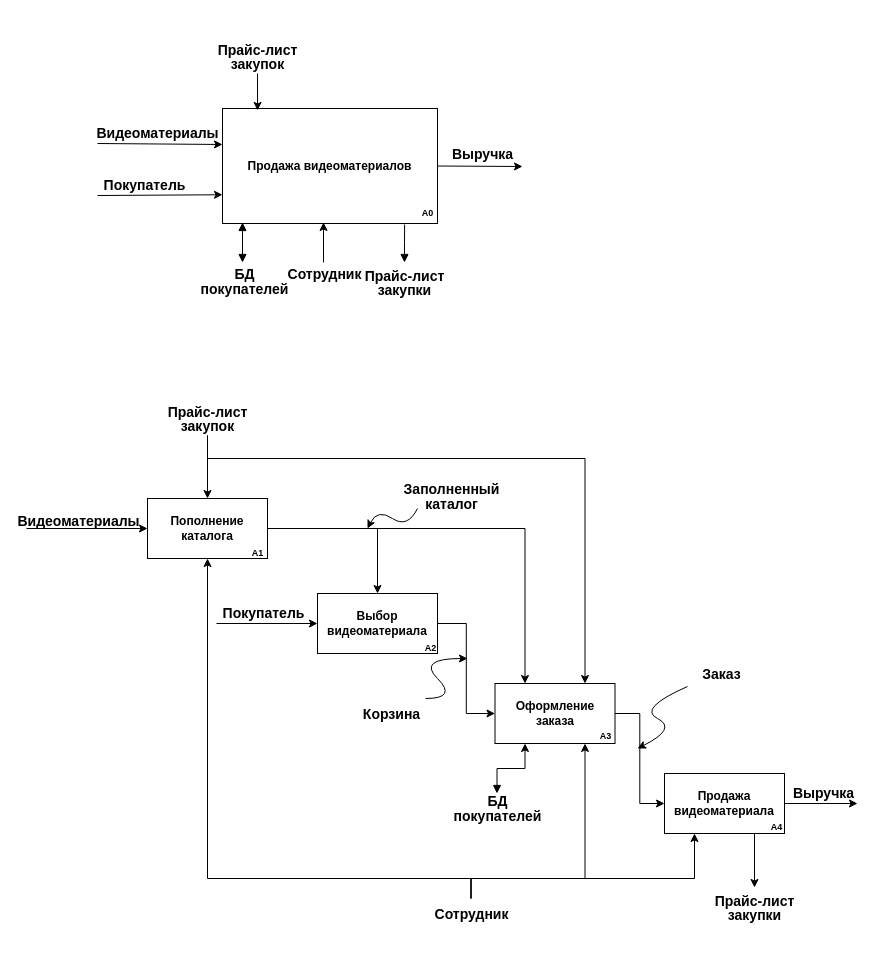
Before: IDEF0.1.drawio in SpaleRud/OPDiagrams, a draw.io diagram. Source tidied: cells renumbered, new cells numbered last; positions are measured from the earlier drawing's top-left corner, leaving out a move shared by most shapes. Both pictures are drawn from the tidied source at 100%, with x=0, y=0 at pixel (26, 36).
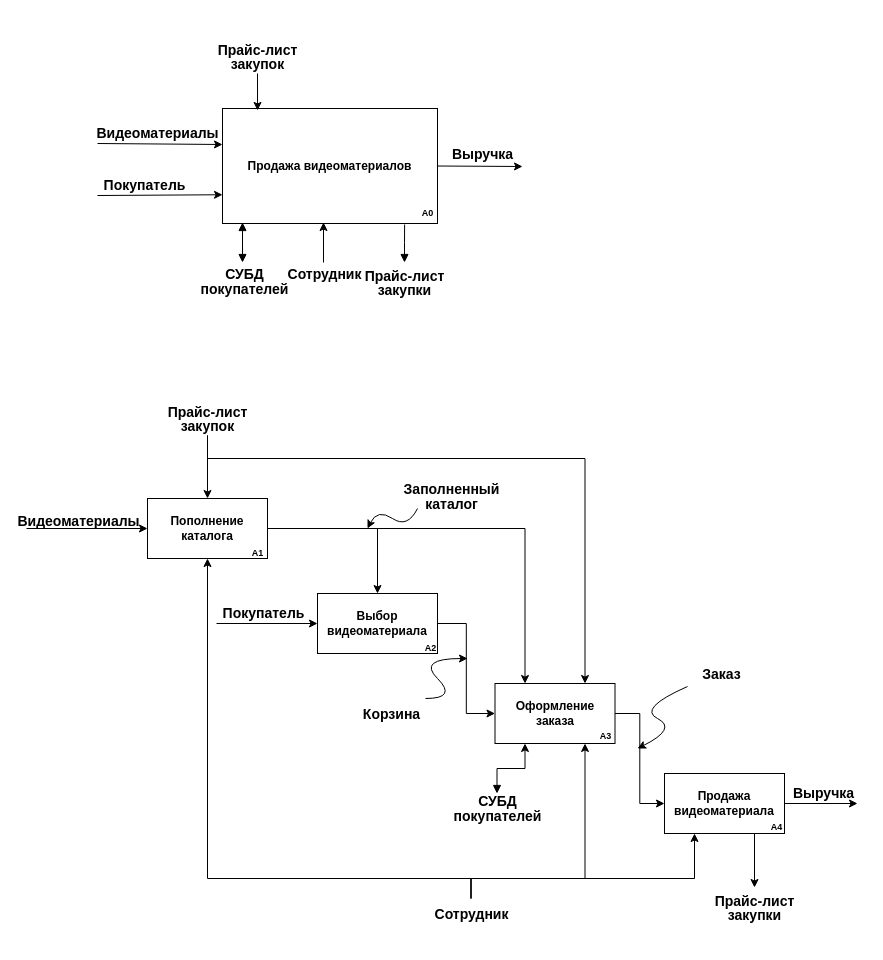
After the change.

The edit, as a diff of the source:
```diff
@@
-    <mxCell id="16" value="&lt;p style=&quot;line-height: 50%;&quot;&gt;&lt;font style=&quot;font-size: 14px;&quot;&gt;БД&lt;br&gt;покупателей&lt;br&gt;&lt;/font&gt;&lt;/p&gt;" style="text;strokeColor=none;fillColor=none;html=1;fontSize=24;fontStyle=1;verticalAlign=middle;align=center;" parent="1" vertex="1">
+    <mxCell id="16" value="&lt;p style=&quot;line-height: 50%;&quot;&gt;&lt;font style=&quot;font-size: 14px;&quot;&gt;СУБД&lt;br&gt;покупателей&lt;br&gt;&lt;/font&gt;&lt;/p&gt;" style="text;strokeColor=none;fillColor=none;html=1;fontSize=24;fontStyle=1;verticalAlign=middle;align=center;" parent="1" vertex="1">
       <mxGeometry x="171" y="230" width="93" height="26" as="geometry" />
     </mxCell>
@@
-    <mxCell id="18" value="&lt;p style=&quot;line-height: 50%;&quot;&gt;&lt;font style=&quot;font-size: 14px;&quot;&gt;БД&lt;br&gt;покупателей&lt;br&gt;&lt;/font&gt;&lt;/p&gt;" style="text;strokeColor=none;fillColor=none;html=1;fontSize=24;fontStyle=1;verticalAlign=middle;align=center;" parent="1" vertex="1">
+    <mxCell id="18" value="&lt;p style=&quot;line-height: 50%;&quot;&gt;&lt;font style=&quot;font-size: 14px;&quot;&gt;СУБД&lt;br&gt;покупателей&lt;br&gt;&lt;/font&gt;&lt;/p&gt;" style="text;strokeColor=none;fillColor=none;html=1;fontSize=24;fontStyle=1;verticalAlign=middle;align=center;" parent="1" vertex="1">
       <mxGeometry x="424" y="757" width="93" height="26" as="geometry" />
     </mxCell>
```
